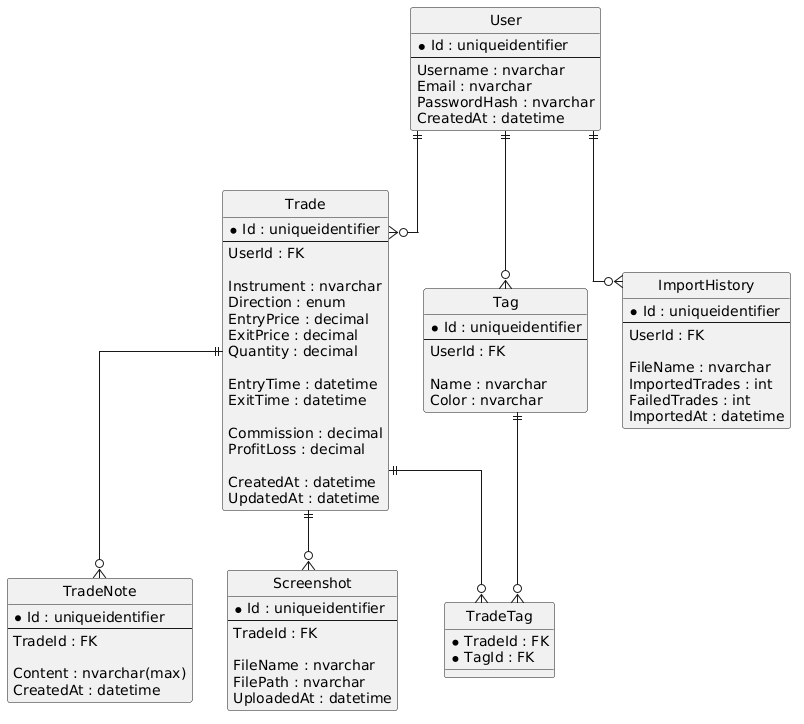
Earlier version of the PlantUML export docs/entity_diagram.png (immodi/trading-journel).
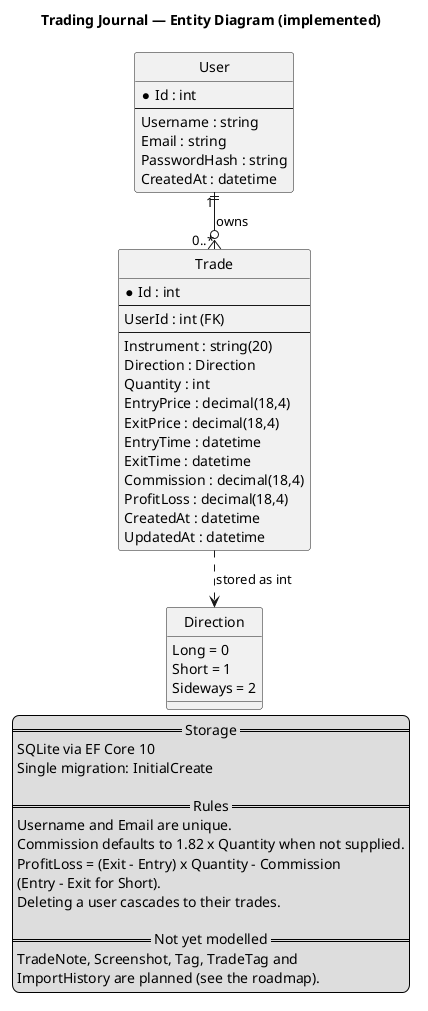
The same diagram one commit later.

Commit message:
docs: align requirements, technical design, and entity diagram with the app

Change to the diagram source:
```diff
@@ -1,88 +1,62 @@
 @startuml
+!pragma layout smetana
 hide circle
 skinparam linetype ortho
+skinparam shadowing false
+
+title Trading Journal — Entity Diagram (implemented)
 
 entity "User" as User {
-  * Id : uniqueidentifier
+  * Id : int
   --
-  Username : nvarchar
-  Email : nvarchar
-  PasswordHash : nvarchar
+  Username : string
+  Email : string
+  PasswordHash : string
   CreatedAt : datetime
 }
 
 entity "Trade" as Trade {
-  * Id : uniqueidentifier
+  * Id : int
   --
-  UserId : FK
-
-  Instrument : nvarchar
-  Direction : enum
-  EntryPrice : decimal
-  ExitPrice : decimal
-  Quantity : decimal
-
+  UserId : int (FK)
+  --
+  Instrument : string(20)
+  Direction : Direction
+  Quantity : int
+  EntryPrice : decimal(18,4)
+  ExitPrice : decimal(18,4)
   EntryTime : datetime
   ExitTime : datetime
-
-  Commission : decimal
-  ProfitLoss : decimal
-
+  Commission : decimal(18,4)
+  ProfitLoss : decimal(18,4)
   CreatedAt : datetime
   UpdatedAt : datetime
 }
 
-entity "TradeNote" as Note {
-  * Id : uniqueidentifier
-  --
-  TradeId : FK
-
-  Content : nvarchar(max)
-  CreatedAt : datetime
+enum "Direction" as Direction {
+  Long = 0
+  Short = 1
+  Sideways = 2
 }
 
-entity "Screenshot" as Screenshot {
-  * Id : uniqueidentifier
-  --
-  TradeId : FK
+User "1" ||--o{ "0..*" Trade : owns
+Trade ..> Direction : stored as int
 
-  FileName : nvarchar
-  FilePath : nvarchar
-  UploadedAt : datetime
-}
+legend right
+  == Storage ==
+  SQLite via EF Core 10
+  Single migration: InitialCreate
 
-entity "Tag" as Tag {
-  * Id : uniqueidentifier
-  --
-  UserId : FK
+  == Rules ==
+  Username and Email are unique.
+  Commission defaults to 1.82 x Quantity when not supplied.
+  ProfitLoss = (Exit - Entry) x Quantity - Commission
+  (Entry - Exit for Short).
+  Deleting a user cascades to their trades.
 
-  Name : nvarchar
-  Color : nvarchar
-}
+  == Not yet modelled ==
+  TradeNote, Screenshot, Tag, TradeTag and
+  ImportHistory are planned (see the roadmap).
+endlegend
 
-entity "TradeTag" as TradeTag {
-  * TradeId : FK
-  * TagId : FK
-}
-
-entity "ImportHistory" as ImportHistory {
-  * Id : uniqueidentifier
-  --
-  UserId : FK
-
-  FileName : nvarchar
-  ImportedTrades : int
-  FailedTrades : int
-  ImportedAt : datetime
-}
-
-User ||--o{ Trade
-User ||--o{ Tag
-User ||--o{ ImportHistory
-
-Trade ||--o{ Note
-Trade ||--o{ Screenshot
-
-Trade ||--o{ TradeTag
-Tag ||--o{ TradeTag
 @enduml
```
